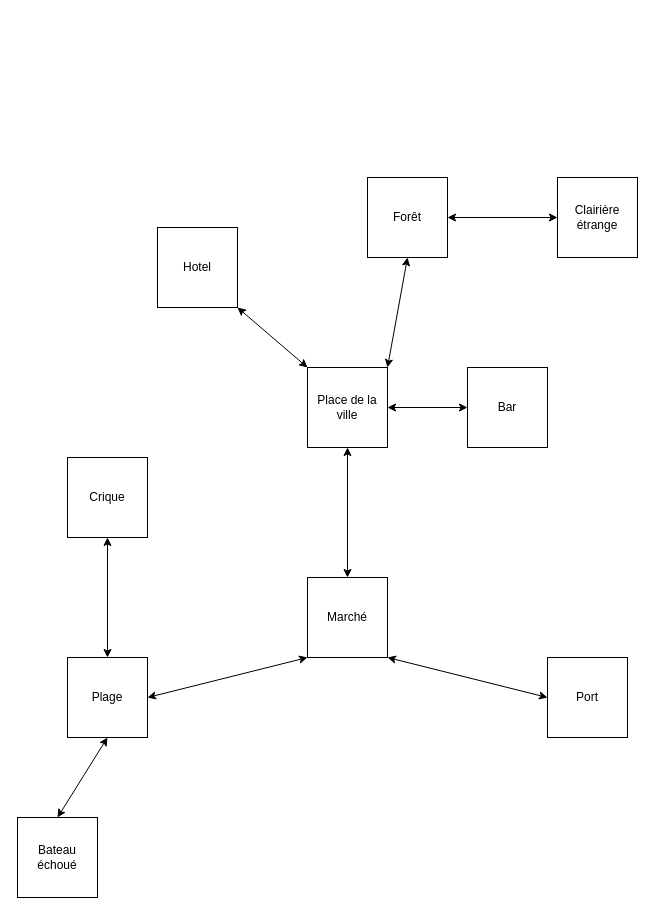
Earlier version of the draw.io diagram Zuul/Carte Zuul.drawio (Augustin-Br/IPO). Source tidied: cells renumbered, new cells numbered last; positions are measured from the earlier drawing's top-left corner, leaving out a move shared by most shapes. Both pictures are drawn from the tidied source at 100%, with x=0, y=0 at pixel (17, 177).
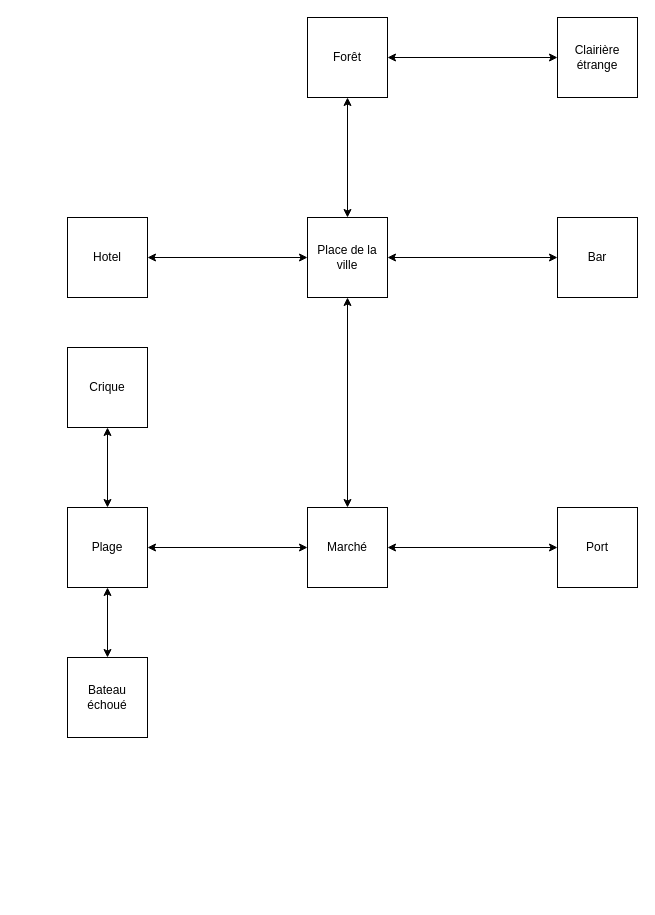
The same diagram, later.

The edit, as a diff of the source:
```diff
@@
     <mxCell id="2" value="&lt;div&gt;Plage&lt;/div&gt;" style="whiteSpace=wrap;html=1;" parent="1" vertex="1">
-      <mxGeometry x="50" y="480" width="80" height="80" as="geometry" />
+      <mxGeometry x="50" y="330" width="80" height="80" as="geometry" />
     </mxCell>
     <mxCell id="3" value="Marché" style="whiteSpace=wrap;html=1;" parent="1" vertex="1">
-      <mxGeometry x="290" y="400" width="80" height="80" as="geometry" />
+      <mxGeometry x="290" y="330" width="80" height="80" as="geometry" />
     </mxCell>
     <mxCell id="4" value="Port" style="whiteSpace=wrap;html=1;" parent="1" vertex="1">
-      <mxGeometry x="530" y="480" width="80" height="80" as="geometry" />
+      <mxGeometry x="540" y="330" width="80" height="80" as="geometry" />
     </mxCell>
     <mxCell id="5" value="&lt;div&gt;Place de la ville&lt;/div&gt;" style="whiteSpace=wrap;html=1;" parent="1" vertex="1">
-      <mxGeometry x="290" y="190" width="80" height="80" as="geometry" />
+      <mxGeometry x="290" y="40" width="80" height="80" as="geometry" />
     </mxCell>
-    <mxCell id="6" style="endArrow=classic;startArrow=classic;html=1;rounded=0;entryX=0;entryY=1;entryDx=0;entryDy=0;exitX=1;exitY=0.5;exitDx=0;exitDy=0;" parent="1" edge="1" source="2" target="3">
+    <mxCell id="6" style="endArrow=classic;startArrow=classic;html=1;rounded=0;entryX=0;entryY=0.5;entryDx=0;entryDy=0;exitX=1;exitY=0.5;exitDx=0;exitDy=0;" parent="1" edge="1" source="2" target="3">
       <mxGeometry relative="1" as="geometry" />
     </mxCell>
-    <mxCell id="7" style="endArrow=classic;startArrow=classic;html=1;rounded=0;exitX=0;exitY=0.5;exitDx=0;exitDy=0;" parent="1" edge="1" source="4">
-      <mxGeometry relative="1" as="geometry">
-        <mxPoint x="370" y="480" as="targetPoint" />
-      </mxGeometry>
+    <mxCell id="7" style="endArrow=classic;startArrow=classic;html=1;rounded=0;exitX=0;exitY=0.5;exitDx=0;exitDy=0;entryX=1;entryY=0.5;entryDx=0;entryDy=0;" parent="1" edge="1" source="4" target="3">
+      <mxGeometry relative="1" as="geometry" />
     </mxCell>
-    <mxCell id="8" style="endArrow=classic;startArrow=classic;html=1;rounded=0;exitX=0.5;exitY=0;exitDx=0;exitDy=0;" parent="1" edge="1" source="3">
-      <mxGeometry relative="1" as="geometry">
-        <mxPoint x="330" y="270" as="targetPoint" />
-      </mxGeometry>
+    <mxCell id="8" style="endArrow=classic;startArrow=classic;html=1;rounded=0;exitX=0.5;exitY=0;exitDx=0;exitDy=0;entryX=0.5;entryY=1;entryDx=0;entryDy=0;" parent="1" edge="1" source="3" target="5">
+      <mxGeometry relative="1" as="geometry" />
     </mxCell>
     <mxCell id="9" value="Crique" style="whiteSpace=wrap;html=1;" parent="1" vertex="1">
-      <mxGeometry x="50" y="280" width="80" height="80" as="geometry" />
+      <mxGeometry x="50" y="170" width="80" height="80" as="geometry" />
     </mxCell>
     <mxCell id="10" style="endArrow=classic;startArrow=classic;html=1;rounded=0;entryX=0.5;entryY=1;entryDx=0;entryDy=0;" parent="1" edge="1" target="9">
       <mxGeometry relative="1" as="geometry">
-        <mxPoint x="90" y="480" as="sourcePoint" />
+        <mxPoint x="90" y="330" as="sourcePoint" />
       </mxGeometry>
     </mxCell>
     <mxCell id="11" value="Bateau échoué" style="whiteSpace=wrap;html=1;" parent="1" vertex="1">
-      <mxGeometry y="640" width="80" height="80" as="geometry" />
+      <mxGeometry x="50" y="480" width="80" height="80" as="geometry" />
     </mxCell>
@@
     <mxCell id="13" value="Bar" style="whiteSpace=wrap;html=1;" parent="1" vertex="1">
-      <mxGeometry x="450" y="190" width="80" height="80" as="geometry" />
+      <mxGeometry x="540" y="40" width="80" height="80" as="geometry" />
     </mxCell>
@@
     <mxCell id="15" value="Hotel" style="whiteSpace=wrap;html=1;" parent="1" vertex="1">
-      <mxGeometry x="140" y="50" width="80" height="80" as="geometry" />
+      <mxGeometry x="50" y="40" width="80" height="80" as="geometry" />
     </mxCell>
-    <mxCell id="16" style="endArrow=classic;startArrow=classic;html=1;rounded=0;exitX=0;exitY=0;exitDx=0;exitDy=0;" parent="1" edge="1" source="5">
-      <mxGeometry relative="1" as="geometry">
-        <mxPoint x="220" y="130" as="targetPoint" />
-      </mxGeometry>
+    <mxCell id="16" style="endArrow=classic;startArrow=classic;html=1;rounded=0;exitX=0;exitY=0.5;exitDx=0;exitDy=0;entryX=1;entryY=0.5;entryDx=0;entryDy=0;" parent="1" edge="1" source="5" target="15">
+      <mxGeometry relative="1" as="geometry" />
     </mxCell>
     <mxCell id="17" value="&lt;div&gt;Forêt&lt;/div&gt;" style="whiteSpace=wrap;html=1;" parent="1" vertex="1">
-      <mxGeometry x="350" width="80" height="80" as="geometry" />
+      <mxGeometry x="290" y="-160" width="80" height="80" as="geometry" />
     </mxCell>
-    <mxCell id="18" style="endArrow=classic;startArrow=classic;html=1;rounded=0;entryX=0.5;entryY=1;entryDx=0;entryDy=0;exitX=1;exitY=0;exitDx=0;exitDy=0;" parent="1" edge="1" source="5" target="17">
+    <mxCell id="18" style="endArrow=classic;startArrow=classic;html=1;rounded=0;entryX=0.5;entryY=1;entryDx=0;entryDy=0;exitX=0.5;exitY=0;exitDx=0;exitDy=0;" parent="1" edge="1" source="5" target="17">
       <mxGeometry relative="1" as="geometry" />
     </mxCell>
     <mxCell id="19" value="Clairière étrange" style="whiteSpace=wrap;html=1;" parent="1" vertex="1">
-      <mxGeometry x="540" width="80" height="80" as="geometry" />
+      <mxGeometry x="540" y="-160" width="80" height="80" as="geometry" />
     </mxCell>
```
